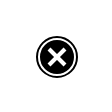
This is page "black-error@2x" (13 of 16) of cisco-anyconnect-toolbar.drawio.xml from rarylson/anyconnect-macosx-menubar, a draw.io file, before an edit. Source tidied: cells renumbered, new cells numbered last; positions are measured from the earlier drawing's top-left corner, leaving out a move shared by most shapes. Both pictures are drawn from the tidied source at 200%, with x=0, y=0 at pixel (32, 32).
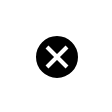
The same diagram, later.

Diff of the diagram source:
```diff
@@
 <mxGraphModel>
   <root>
     <mxCell id="0" />
     <mxCell id="1" parent="0" />
     <mxCell id="2" style="rounded=0;whiteSpace=wrap;html=1;strokeColor=none;fillColor=none;" parent="1" vertex="1">
       <mxGeometry width="23" height="23" as="geometry" />
     </mxCell>
-    <mxCell id="3" style="ellipse;whiteSpace=wrap;html=1;" parent="1" vertex="1">
+    <mxCell id="3" style="ellipse;whiteSpace=wrap;html=1;fillColor=#000000;" parent="1" vertex="1">
       <mxGeometry x="2" y="2" width="20" height="20" as="geometry" />
     </mxCell>
-    <mxCell id="4" style="ellipse;whiteSpace=wrap;html=1;fillColor=#000000;strokeColor=#000000;" parent="1" vertex="1">
-      <mxGeometry x="4" y="4" width="16" height="16" as="geometry" />
-    </mxCell>
     <mxCell id="5" style="endArrow=none;html=1;shadow=0;strokeColor=#FFFFFF;strokeWidth=2;" parent="1" edge="1">
       <mxGeometry relative="1" as="geometry">
-        <mxPoint x="8" y="8" as="sourcePoint" />
-        <mxPoint x="16" y="16" as="targetPoint" />
+        <mxPoint x="7" y="7" as="sourcePoint" />
+        <mxPoint x="17" y="17" as="targetPoint" />
       </mxGeometry>
     </mxCell>
     <mxCell id="6" style="endArrow=none;html=1;shadow=0;strokeColor=#FFFFFF;strokeWidth=2;" parent="1" edge="1">
       <mxGeometry relative="1" as="geometry">
-        <mxPoint x="16" y="8" as="sourcePoint" />
-        <mxPoint x="8" y="16" as="targetPoint" />
+        <mxPoint x="17" y="7" as="sourcePoint" />
+        <mxPoint x="7" y="17" as="targetPoint" />
       </mxGeometry>
     </mxCell>
   </root>
 </mxGraphModel>
```
